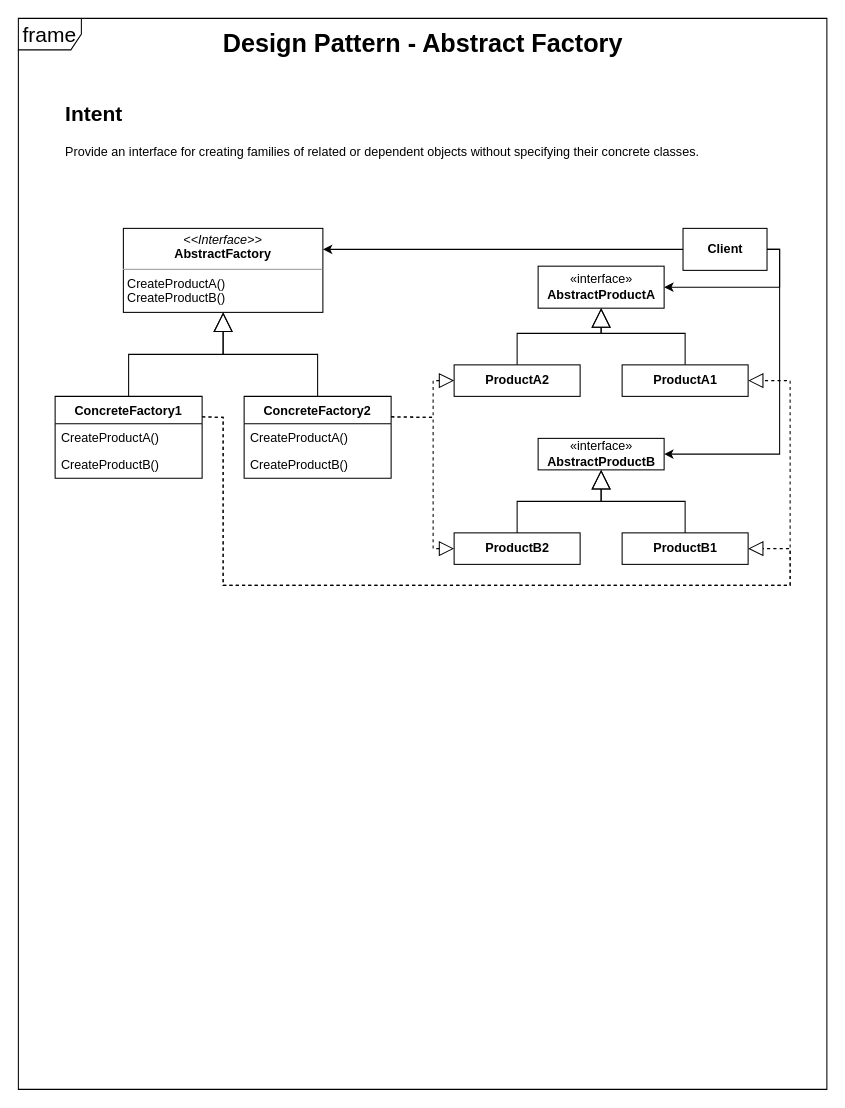
DanielTerrazasD/DesignPatterns keeps this draw.io diagram as Creational/AbstractFactory/Diagram/Abstract Factory.drawio. Above is the earlier version. Source tidied: cells renumbered, new cells numbered last; positions are measured from the earlier drawing's top-left corner, leaving out a move shared by most shapes. Both pictures are drawn from the tidied source at 105%, with x=0, y=0 at pixel (18, 18).
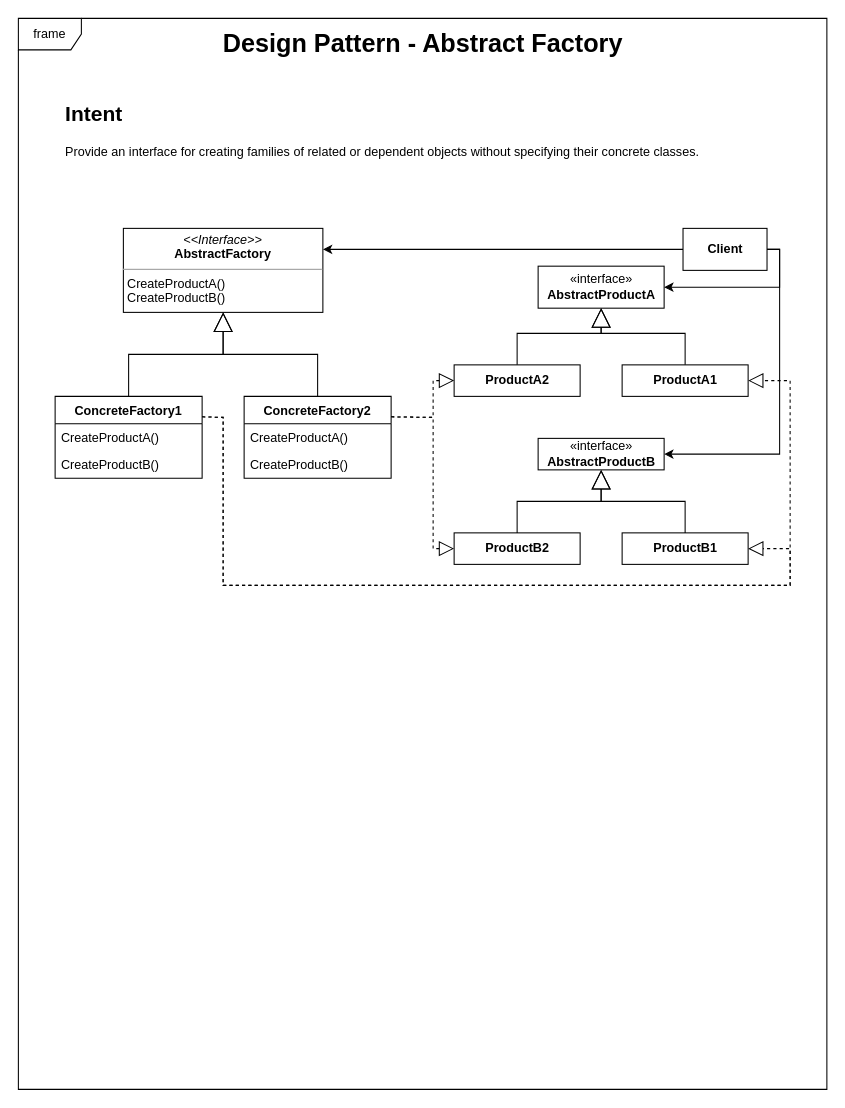
The same diagram, later.

Change to the diagram source:
```diff
@@
-    <mxCell id="2" value="frame" style="shape=umlFrame;whiteSpace=wrap;html=1;fontSize=20;" parent="1" vertex="1">
+    <mxCell id="2" value="frame" style="shape=umlFrame;whiteSpace=wrap;html=1;fontSize=12;" parent="1" vertex="1">
       <mxGeometry width="770" height="1020" as="geometry" />
     </mxCell>
```
